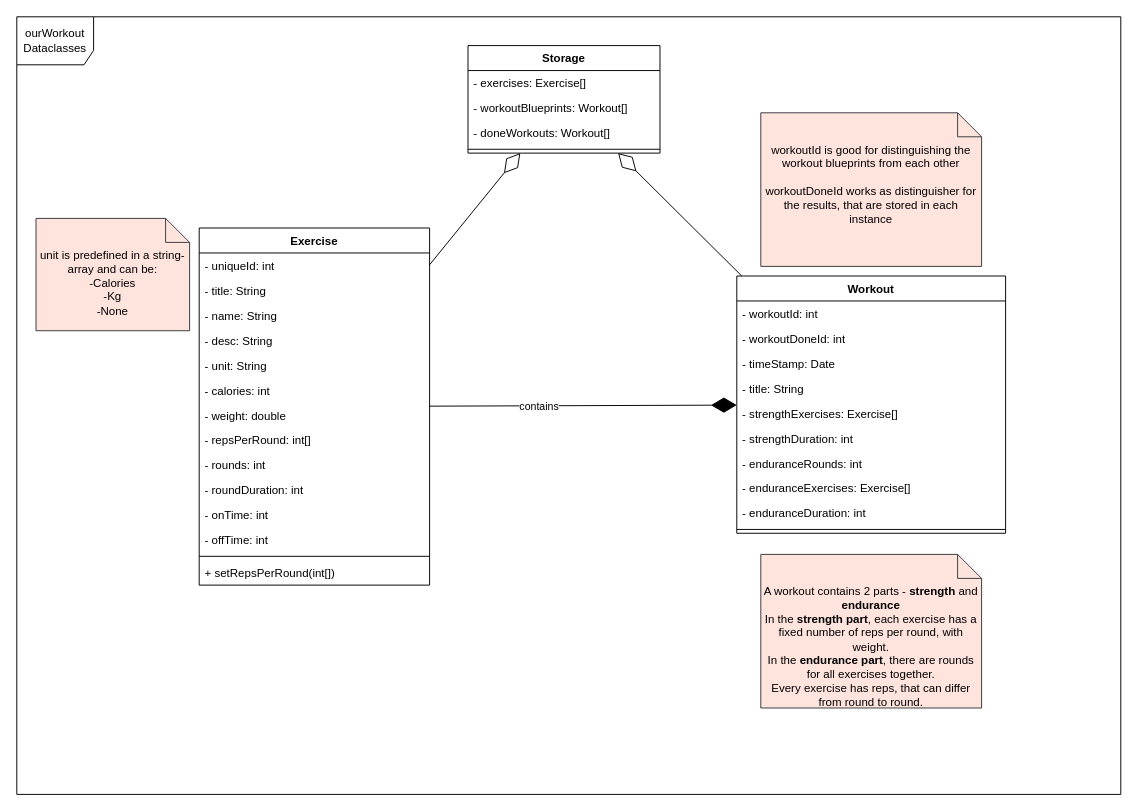
The draw.io diagram page "data-classes" (3 of 4) of 01_Documentation/diagrams.drawio in Vollol1/ourWorkout, before the edit. Source tidied: cells renumbered, new cells numbered last; positions are measured from the earlier drawing's top-left corner, leaving out a move shared by most shapes. Both pictures are drawn from the tidied source at 96%, with x=0, y=0 at pixel (16, 16).
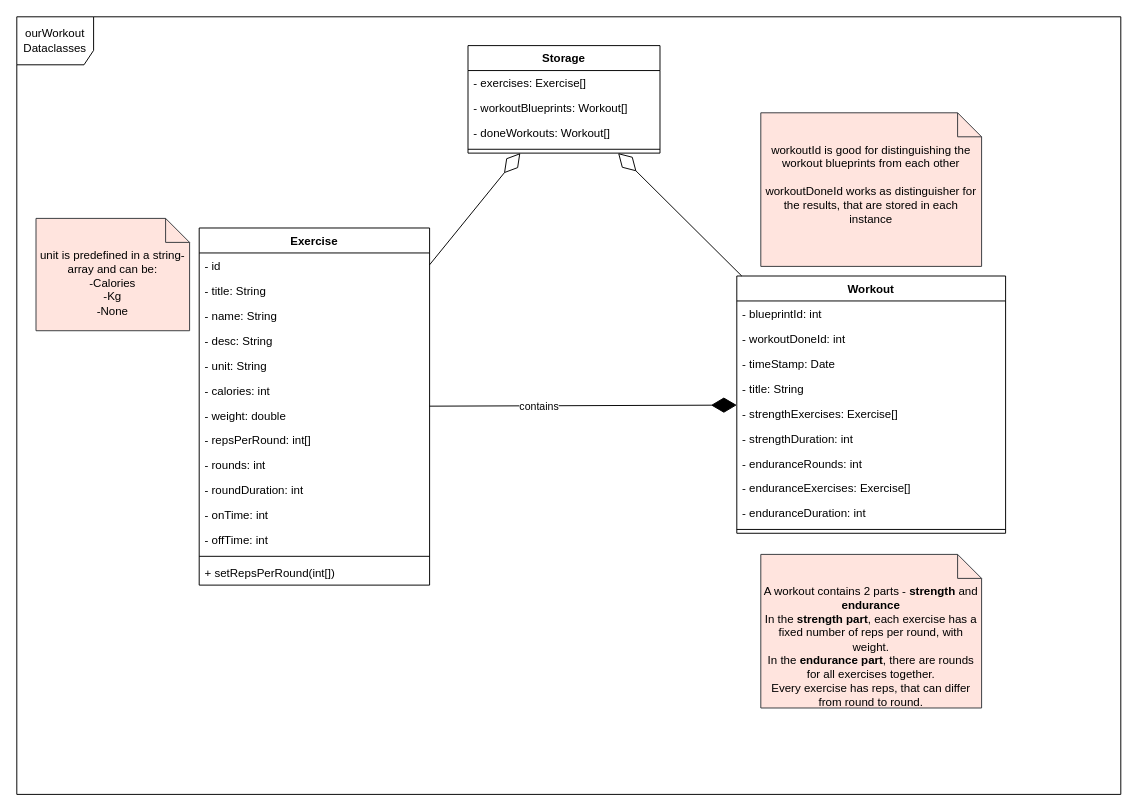
The same page after the edit.

Unchanged cells that the change refers to:
```xml
<mxCell id="3" value="Exercise" style="swimlane;fontStyle=1;align=center;verticalAlign=top;horizontal=1;startSize=26;" parent="1" vertex="1">
  <mxGeometry x="190" y="220" width="240" height="372" as="geometry" />
</mxCell>
<mxCell id="18" value="Workout" style="swimlane;fontStyle=1;align=center;verticalAlign=top;horizontal=1;startSize=26;" parent="1" vertex="1">
  <mxGeometry x="750" y="270" width="280" height="268" as="geometry" />
</mxCell>
```

Change to the diagram source:
```diff
@@
-    <mxCell id="4" value="- uniqueId: int" style="text;strokeColor=none;fillColor=none;align=left;verticalAlign=top;spacingLeft=4;spacingRight=4;overflow=hidden;" parent="3" vertex="1">
+    <mxCell id="4" value="- id" style="text;strokeColor=none;fillColor=none;align=left;verticalAlign=top;spacingLeft=4;spacingRight=4;overflow=hidden;" parent="3" vertex="1">
       <mxGeometry y="26" width="240" height="26" as="geometry" />
     </mxCell>
@@
-    <mxCell id="19" value="- workoutId: int" style="text;strokeColor=none;fillColor=none;align=left;verticalAlign=top;spacingLeft=4;spacingRight=4;overflow=hidden;" parent="18" vertex="1">
+    <mxCell id="19" value="- blueprintId: int" style="text;strokeColor=none;fillColor=none;align=left;verticalAlign=top;spacingLeft=4;spacingRight=4;overflow=hidden;" parent="18" vertex="1">
       <mxGeometry y="26" width="280" height="26" as="geometry" />
     </mxCell>
```
